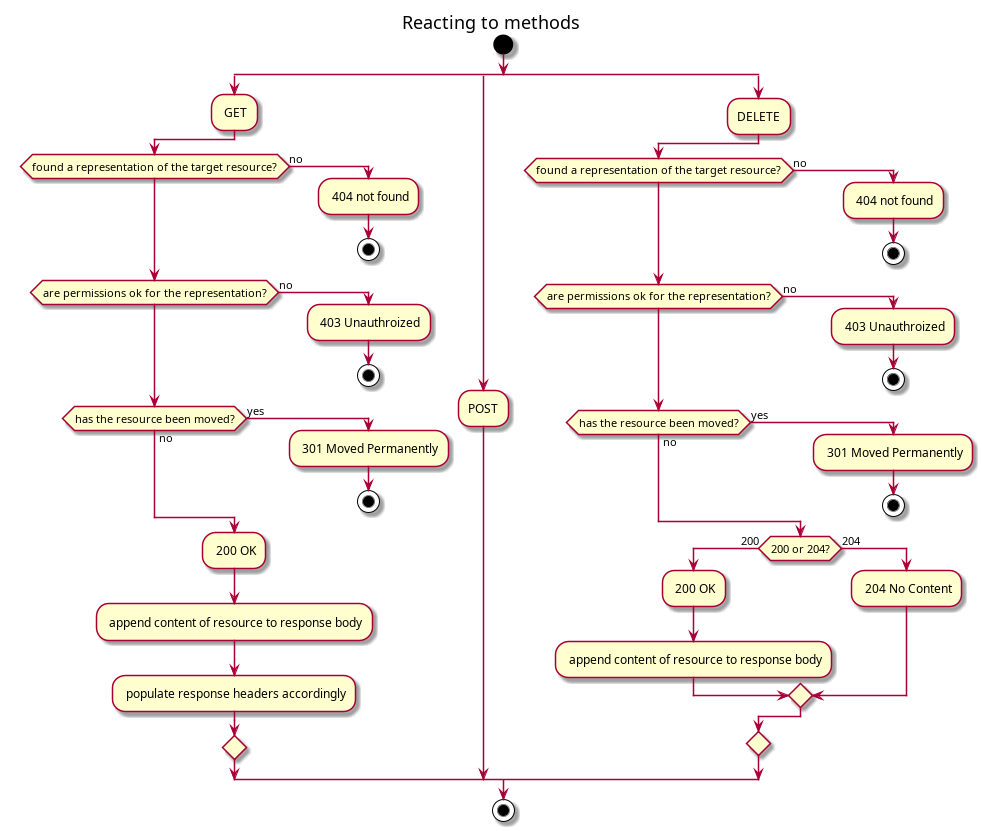
The PlantUML diagram docs/methods.png in thaisnishimoto/42sp_Webserv, before a commit. Its source is kept beside it as docs/methods.puml.
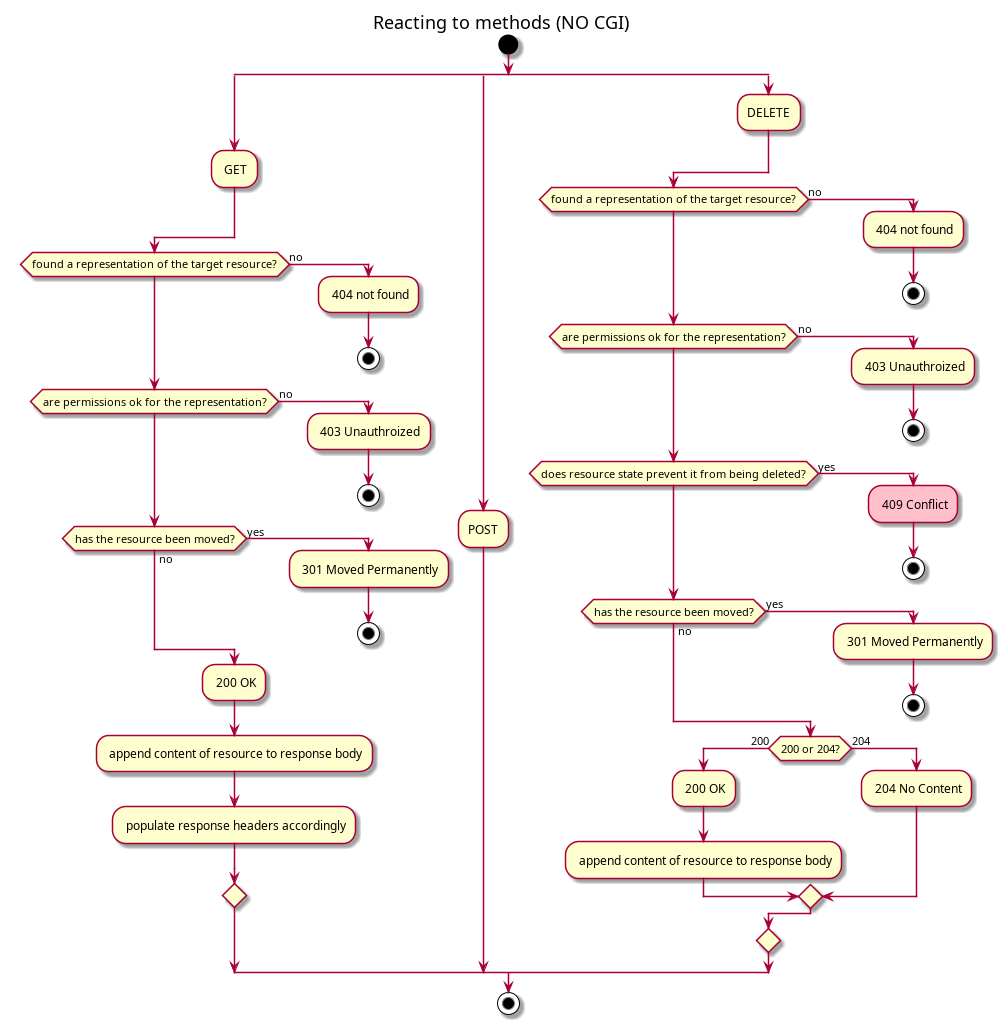
After the commit.

Diff of the diagram source:
```diff
@@ -2,7 +2,7 @@
 
 !pragma useVerticalIf on
 
-title Reacting to methods
+title Reacting to methods (NO CGI)
 
 start
 
@@ -32,6 +32,9 @@
 	else if (are permissions ok for the representation?) then (no)
 		: 403 Unauthroized;
 		stop
+	else if (does resource state prevent it from being deleted?) then (yes)
+		#pink: 409 Conflict;
+		stop
 	else if (has the resource been moved?) then (yes)
 		: 301 Moved Permanently;
 		stop
```
